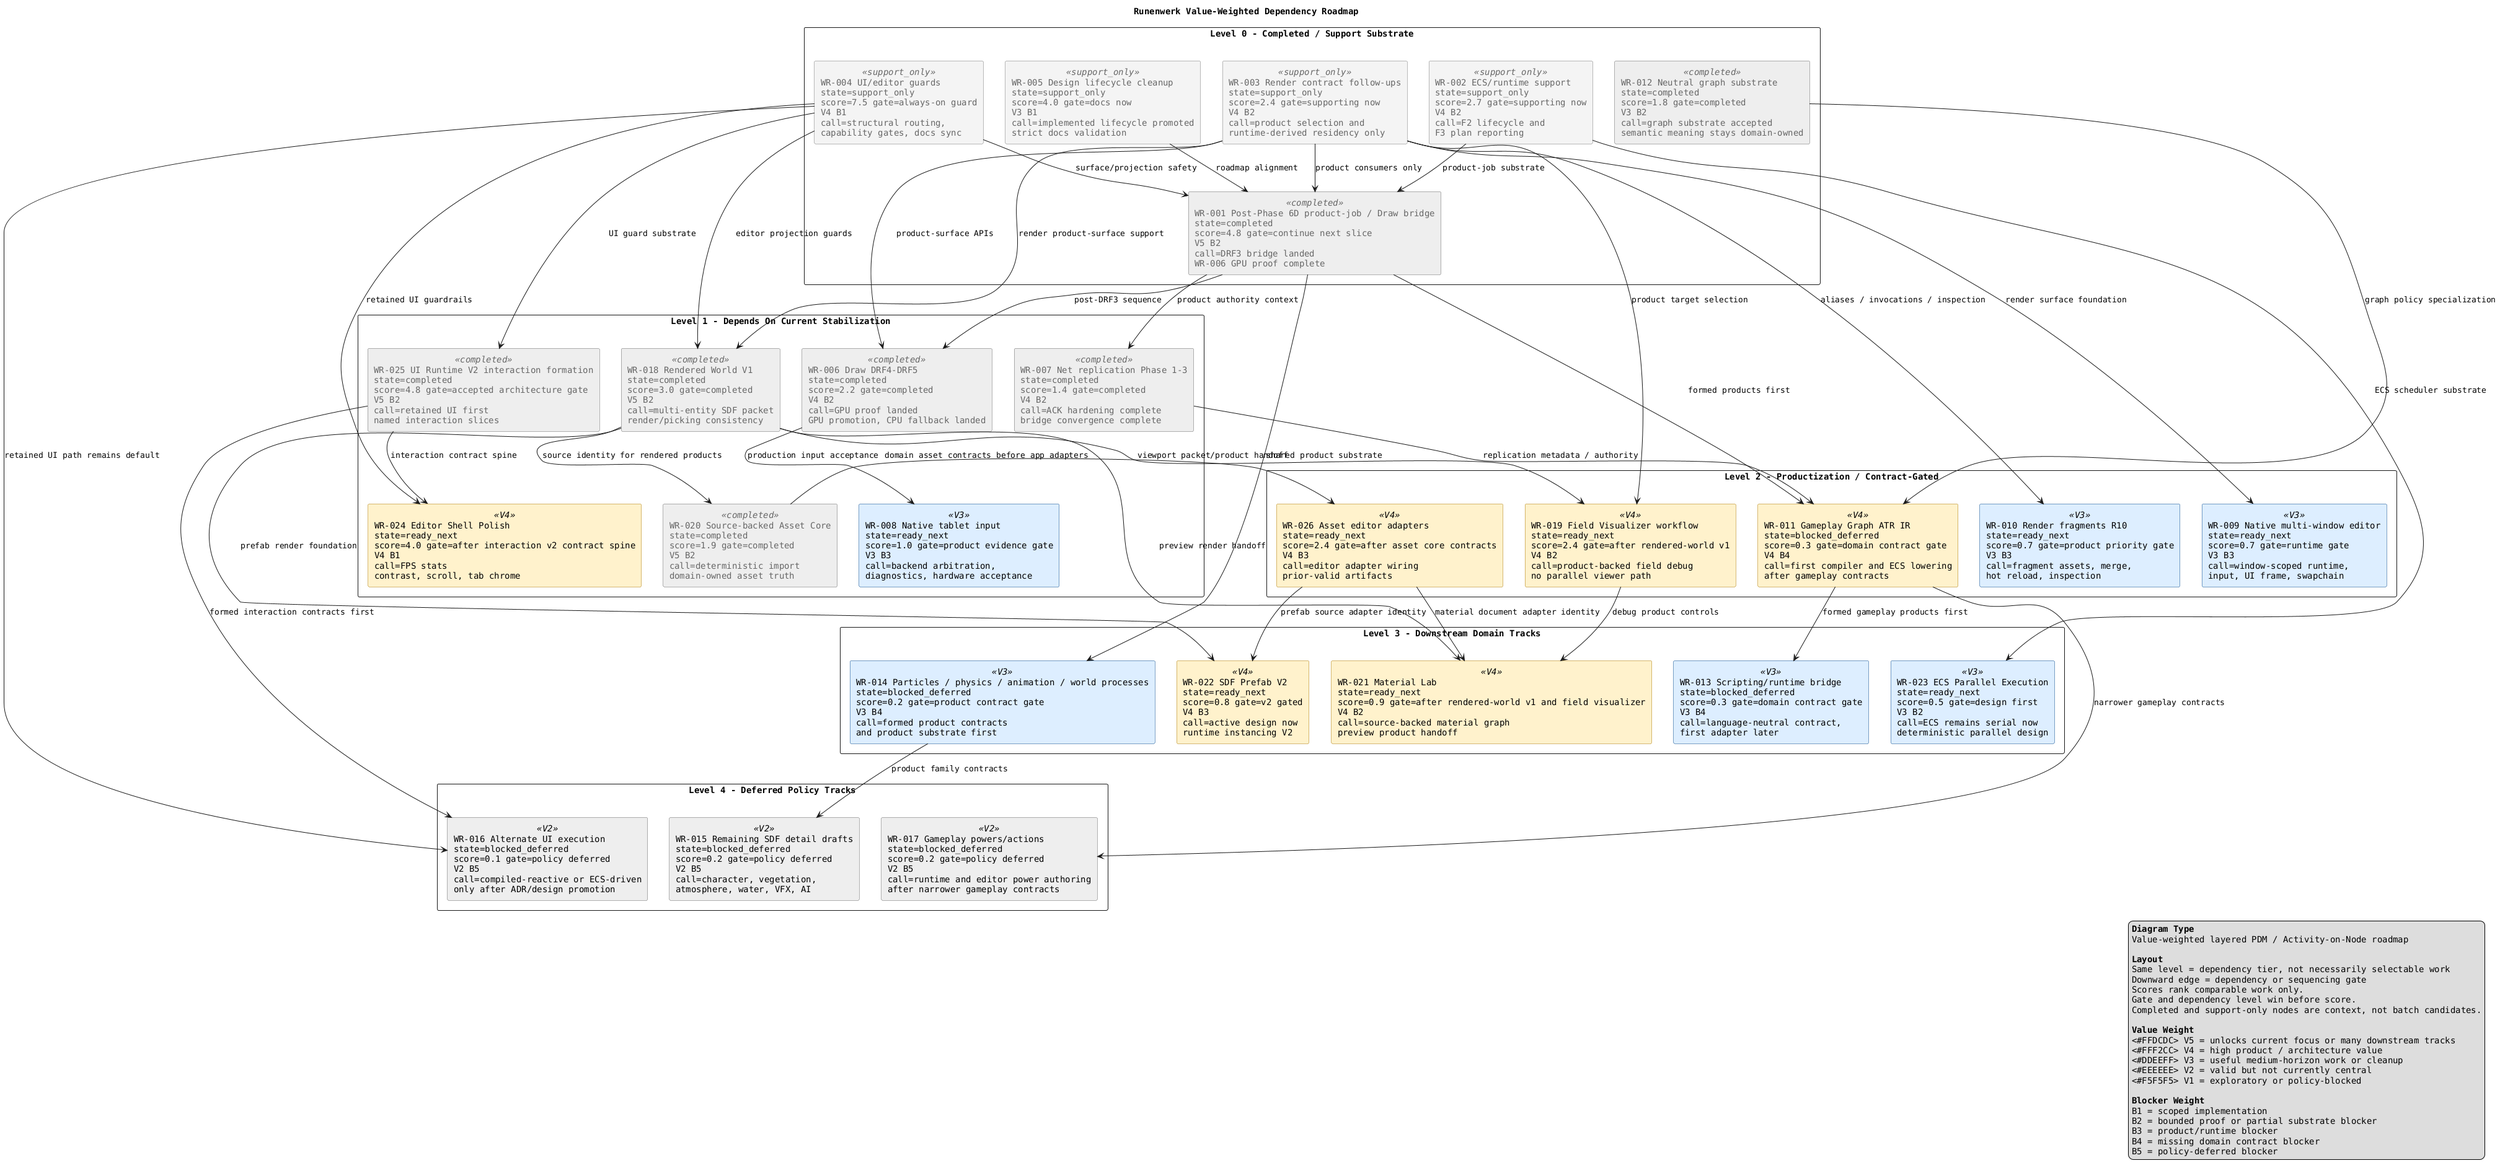
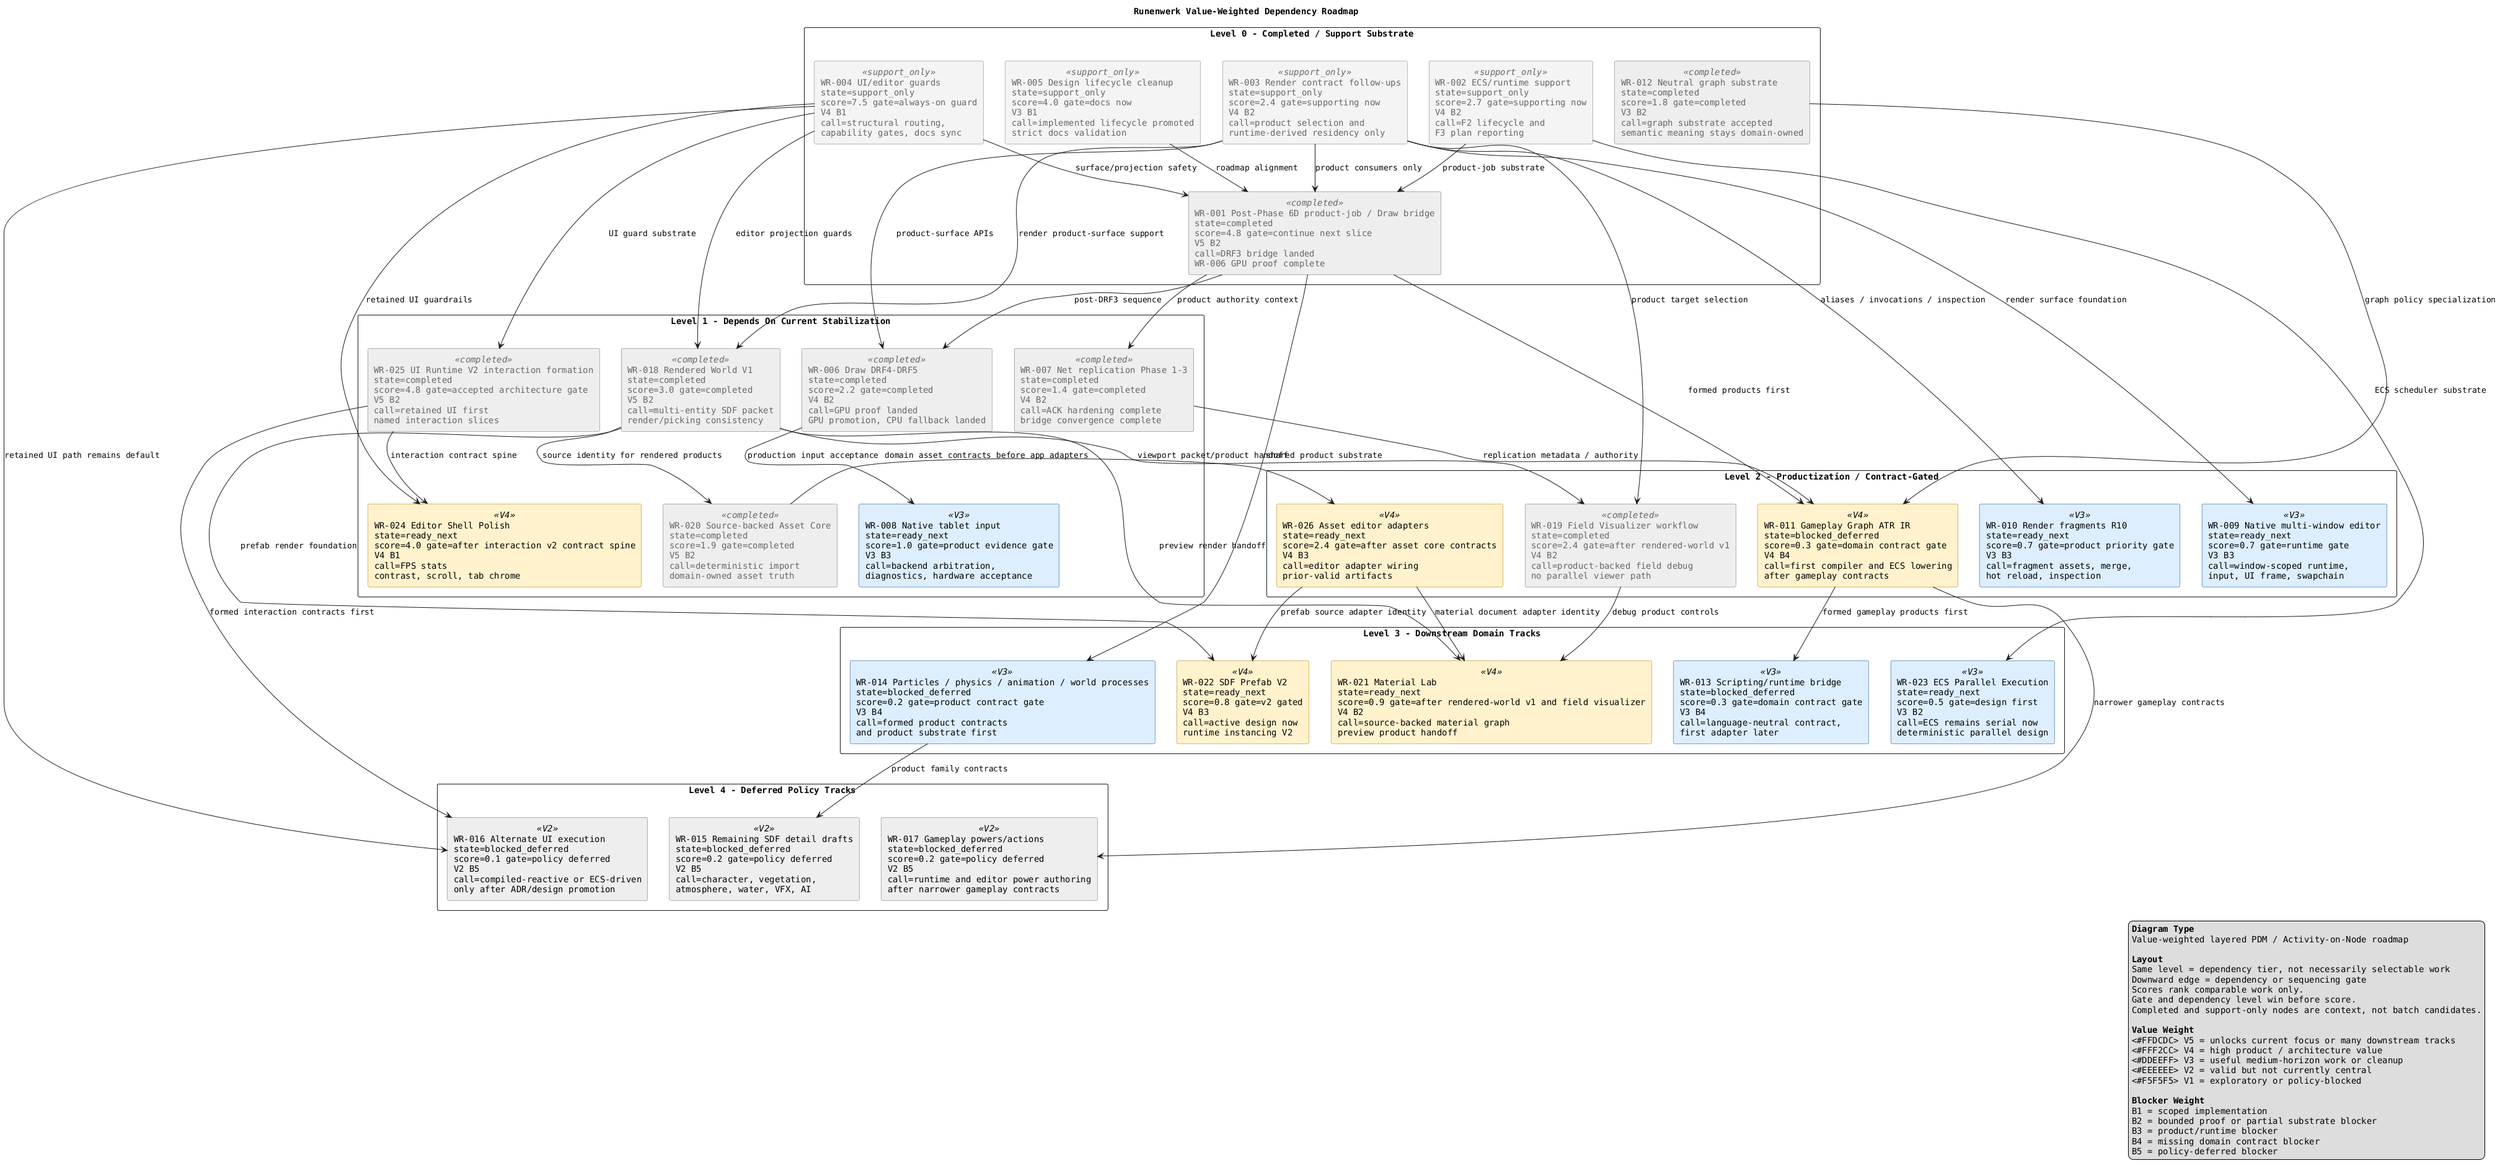
@startuml
title Runenwerk Value-Weighted Dependency Roadmap

top to bottom direction
skinparam componentStyle rectangle
skinparam shadowing false
skinparam packageStyle rectangle
skinparam defaultFontName Monospaced

skinparam component {
  BackgroundColor<<V5>> #FFDCDC
  BorderColor<<V5>> #AA0000
  BackgroundColor<<V4>> #FFF2CC
  BorderColor<<V4>> #AA7700
  BackgroundColor<<V3>> #DDEEFF
  BorderColor<<V3>> #004488
  BackgroundColor<<V2>> #EEEEEE
  BorderColor<<V2>> #666666
  BackgroundColor<<V1>> #F5F5F5
  BorderColor<<V1>> #999999
  BackgroundColor<<completed>> #EEEEEE
  BorderColor<<completed>> #666666
  FontColor<<completed>> #666666
  BackgroundColor<<support_only>> #F4F4F4
  BorderColor<<support_only>> #777777
  FontColor<<support_only>> #666666
}

legend right
  <b>Diagram Type</b>
  Value-weighted layered PDM / Activity-on-Node roadmap

  <b>Layout</b>
  Same level = dependency tier, not necessarily selectable work
  Downward edge = dependency or sequencing gate
  Scores rank comparable work only.
  Gate and dependency level win before score.
  Completed and support-only nodes are context, not batch candidates.

  <b>Value Weight</b>
  <#FFDCDC> V5 = unlocks current focus or many downstream tracks
  <#FFF2CC> V4 = high product / architecture value
  <#DDEEFF> V3 = useful medium-horizon work or cleanup
  <#EEEEEE> V2 = valid but not currently central
  <#F5F5F5> V1 = exploratory or policy-blocked

  <b>Blocker Weight</b>
  B1 = scoped implementation
  B2 = bounded proof or partial substrate blocker
  B3 = product/runtime blocker
  B4 = missing domain contract blocker
  B5 = policy-deferred blocker
endlegend

package "Level 0 - Completed / Support Substrate" {
  component "WR-001 Post-Phase 6D product-job / Draw bridge\nstate=completed\nscore=4.8 gate=continue next slice\nV5 B2\ncall=DRF3 bridge landed\nWR-006 GPU proof complete" as DRAWNEXT <<completed>>

  component "WR-002 ECS/runtime support\nstate=support_only\nscore=2.7 gate=supporting now\nV4 B2\ncall=F2 lifecycle and\nF3 plan reporting" as ECSRUNTIME <<support_only>>

  component "WR-003 Render contract follow-ups\nstate=support_only\nscore=2.4 gate=supporting now\nV4 B2\ncall=product selection and\nruntime-derived residency only" as RENDER <<support_only>>

  component "WR-004 UI/editor guards\nstate=support_only\nscore=7.5 gate=always-on guard\nV4 B1\ncall=structural routing,\ncapability gates, docs sync" as UIGUARDS <<support_only>>

  component "WR-005 Design lifecycle cleanup\nstate=support_only\nscore=4.0 gate=docs now\nV3 B1\ncall=implemented lifecycle promoted\nstrict docs validation" as DOCS <<support_only>>

  component "WR-012 Neutral graph substrate\nstate=completed\nscore=1.8 gate=completed\nV3 B2\ncall=graph substrate accepted\nsemantic meaning stays domain-owned" as SEMGRAPH <<completed>>

}

package "Level 1 - Depends On Current Stabilization" {
  component "WR-006 Draw DRF4-DRF5\nstate=completed\nscore=2.2 gate=completed\nV4 B2\ncall=GPU proof landed\nGPU promotion, CPU fallback landed" as DRAW <<completed>>

  component "WR-007 Net replication Phase 1-3\nstate=completed\nscore=1.4 gate=completed\nV4 B2\ncall=ACK hardening complete\nbridge convergence complete" as NET <<completed>>

  component "WR-008 Native tablet input\nstate=ready_next\nscore=1.0 gate=product evidence gate\nV3 B3\ncall=backend arbitration,\ndiagnostics, hardware acceptance" as TABLET <<V3>>

  component "WR-018 Rendered World V1\nstate=completed\nscore=3.0 gate=completed\nV5 B2\ncall=multi-entity SDF packet\nrender/picking consistency" as RENDERWORLD <<completed>>

  component "WR-020 Source-backed Asset Core\nstate=completed\nscore=1.9 gate=completed\nV5 B2\ncall=deterministic import\ndomain-owned asset truth" as ASSETCORE <<completed>>

  component "WR-024 Editor Shell Polish\nstate=ready_next\nscore=4.0 gate=after interaction v2 contract spine\nV4 B1\ncall=FPS stats\ncontrast, scroll, tab chrome" as SHELLPOLISH <<V4>>

  component "WR-025 UI Runtime V2 interaction formation\nstate=completed\nscore=4.8 gate=accepted architecture gate\nV5 B2\ncall=retained UI first\nnamed interaction slices" as UIV2 <<completed>>

}

package "Level 2 - Productization / Contract-Gated" {
  component "WR-009 Native multi-window editor\nstate=ready_next\nscore=0.7 gate=runtime gate\nV3 B3\ncall=window-scoped runtime,\ninput, UI frame, swapchain" as WINDOW <<V3>>

  component "WR-010 Render fragments R10\nstate=ready_next\nscore=0.7 gate=product priority gate\nV3 B3\ncall=fragment assets, merge,\nhot reload, inspection" as FRAGMENTS <<V3>>

  component "WR-011 Gameplay Graph ATR IR\nstate=blocked_deferred\nscore=0.3 gate=domain contract gate\nV4 B4\ncall=first compiler and ECS lowering\nafter gameplay contracts" as GAMEPLAY <<V4>>

-   component "WR-019 Field Visualizer workflow\nstate=ready_next\nscore=2.4 gate=after rendered-world v1\nV4 B2\ncall=product-backed field debug\nno parallel viewer path" as FIELDVIS <<V4>>
+   component "WR-019 Field Visualizer workflow\nstate=completed\nscore=2.4 gate=after rendered-world v1\nV4 B2\ncall=product-backed field debug\nno parallel viewer path" as FIELDVIS <<completed>>

  component "WR-026 Asset editor adapters\nstate=ready_next\nscore=2.4 gate=after asset core contracts\nV4 B3\ncall=editor adapter wiring\nprior-valid artifacts" as ASSETADAPT <<V4>>

}

package "Level 3 - Downstream Domain Tracks" {
  component "WR-013 Scripting/runtime bridge\nstate=blocked_deferred\nscore=0.3 gate=domain contract gate\nV3 B4\ncall=language-neutral contract,\nfirst adapter later" as SCRIPTING <<V3>>

  component "WR-014 Particles / physics / animation / world processes\nstate=blocked_deferred\nscore=0.2 gate=product contract gate\nV3 B4\ncall=formed product contracts\nand product substrate first" as M6FUTURE <<V3>>

  component "WR-021 Material Lab\nstate=ready_next\nscore=0.9 gate=after rendered-world v1 and field visualizer\nV4 B2\ncall=source-backed material graph\npreview product handoff" as MATLAB <<V4>>

  component "WR-022 SDF Prefab V2\nstate=ready_next\nscore=0.8 gate=v2 gated\nV4 B3\ncall=active design now\nruntime instancing V2" as PREFABV2 <<V4>>

  component "WR-023 ECS Parallel Execution\nstate=ready_next\nscore=0.5 gate=design first\nV3 B2\ncall=ECS remains serial now\ndeterministic parallel design" as ECSPAR <<V3>>

}

package "Level 4 - Deferred Policy Tracks" {
  component "WR-015 Remaining SDF detail drafts\nstate=blocked_deferred\nscore=0.2 gate=policy deferred\nV2 B5\ncall=character, vegetation,\natmosphere, water, VFX, AI" as SDFDETAIL <<V2>>

  component "WR-016 Alternate UI execution\nstate=blocked_deferred\nscore=0.1 gate=policy deferred\nV2 B5\ncall=compiled-reactive or ECS-driven\nonly after ADR/design promotion" as UIALT <<V2>>

  component "WR-017 Gameplay powers/actions\nstate=blocked_deferred\nscore=0.2 gate=policy deferred\nV2 B5\ncall=runtime and editor power authoring\nafter narrower gameplay contracts" as POWERS <<V2>>

}

ECSRUNTIME -down-> DRAWNEXT : product-job substrate
RENDER -down-> DRAWNEXT : product consumers only
UIGUARDS -down-> DRAWNEXT : surface/projection safety
DOCS -down-> DRAWNEXT : roadmap alignment
DRAWNEXT -down-> DRAW : post-DRF3 sequence
RENDER -down-> DRAW : product-surface APIs
DRAW -down-> TABLET : production input acceptance
DRAWNEXT -down-> NET : product authority context
NET -down-> GAMEPLAY : replication metadata / authority
DRAWNEXT -down-> GAMEPLAY : formed products first
SEMGRAPH -down-> GAMEPLAY : graph policy specialization
GAMEPLAY -down-> SCRIPTING : formed gameplay products first
DRAWNEXT -down-> M6FUTURE : shared product substrate
M6FUTURE -down-> SDFDETAIL : product family contracts
RENDER -down-> WINDOW : render surface foundation
RENDER -down-> FRAGMENTS : aliases / invocations / inspection
GAMEPLAY -down-> POWERS : narrower gameplay contracts
UIGUARDS -down-> UIALT : retained UI path remains default
UIV2 -down-> UIALT : formed interaction contracts first
RENDER -down-> RENDERWORLD : render product-surface support
UIGUARDS -down-> RENDERWORLD : editor projection guards
RENDERWORLD -down-> FIELDVIS : viewport packet/product handoff
RENDER -down-> FIELDVIS : product target selection
RENDERWORLD -down-> ASSETCORE : source identity for rendered products
ASSETCORE -down-> ASSETADAPT : domain asset contracts before app adapters
RENDERWORLD -down-> MATLAB : preview render handoff
FIELDVIS -down-> MATLAB : debug product controls
ASSETADAPT -down-> MATLAB : material document adapter identity
RENDERWORLD -down-> PREFABV2 : prefab render foundation
ASSETADAPT -down-> PREFABV2 : prefab source adapter identity
ECSRUNTIME -down-> ECSPAR : ECS scheduler substrate
UIGUARDS -down-> SHELLPOLISH : retained UI guardrails
UIGUARDS -down-> UIV2 : UI guard substrate
UIV2 -down-> SHELLPOLISH : interaction contract spine

@enduml
